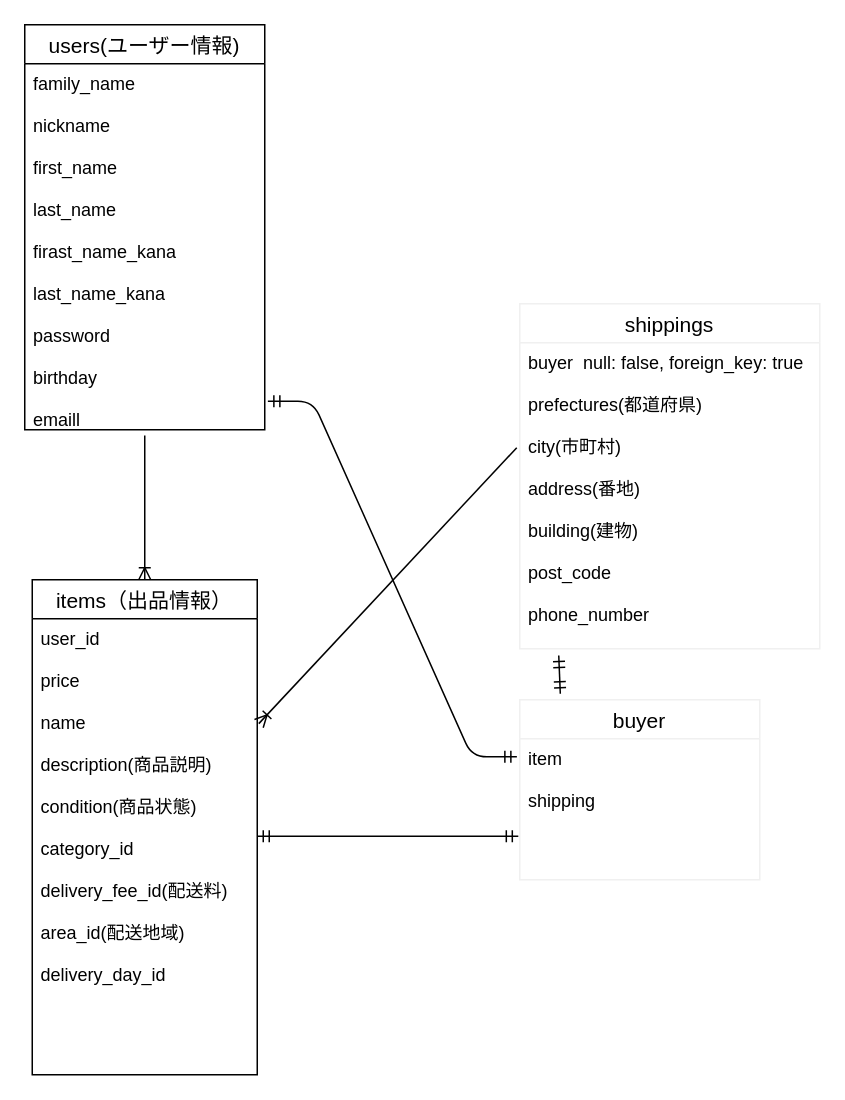
cheap95/furima-34842 keeps this draw.io diagram as test.dio. Above is the earlier version. Source tidied: cells renumbered, new cells numbered last; positions are measured from the earlier drawing's top-left corner, leaving out a move shared by most shapes. Both pictures are drawn from the tidied source at 150%, with x=0, y=0 at pixel (24, 24).
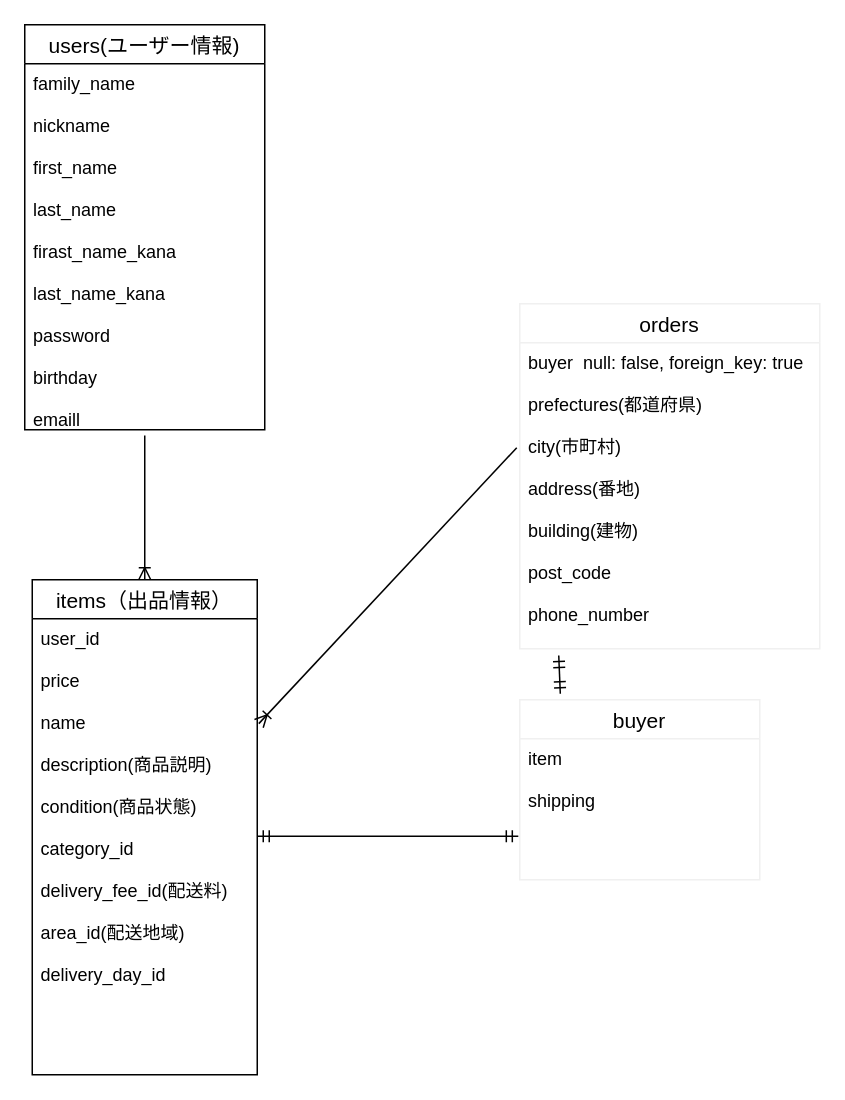
After the change.

What changed in the source:
```diff
@@
 <mxGraphModel>
   <root>
     <mxCell id="0" />
     <mxCell id="1" parent="0" />
     <mxCell id="2" value="items（出品情報）" style="swimlane;fontStyle=0;horizontal=1;startSize=26;align=center;fontSize=14;" parent="1" vertex="1">
       <mxGeometry x="5" y="370" width="150" height="330" as="geometry" />
     </mxCell>
     <mxCell id="3" value="user_id&#10;&#10;price&#10;&#10;name&#10;&#10;description(商品説明)&#10;&#10;condition(商品状態)&#10;&#10;category_id&#10;&#10;delivery_fee_id(配送料)&#10;&#10;area_id(配送地域)&#10;&#10;delivery_day_id" style="text;strokeColor=none;fillColor=none;spacingLeft=4;spacingRight=4;overflow=hidden;points=[[0,0.5],[1,0.5]];portConstraint=eastwest;fontSize=12;" parent="2" vertex="1">
       <mxGeometry y="26" width="150" height="304" as="geometry" />
     </mxCell>
-    <mxCell id="4" value="shippings" style="swimlane;fontStyle=0;horizontal=1;startSize=26;align=center;fontSize=14;strokeColor=#f0f0f0;strokeWidth=1;" parent="1" vertex="1">
+    <mxCell id="4" value="orders" style="swimlane;fontStyle=0;horizontal=1;startSize=26;align=center;fontSize=14;strokeColor=#f0f0f0;strokeWidth=1;" parent="1" vertex="1">
       <mxGeometry x="330" y="186" width="200" height="230" as="geometry" />
     </mxCell>
     <mxCell id="5" value="buyer  null: false, foreign_key: true&#10;&#10;prefectures(都道府県)&#10;&#10;city(市町村)&#10;&#10;address(番地)&#10;&#10;building(建物)&#10;&#10;post_code&#10;&#10;phone_number&#10;&#10;" style="text;strokeColor=none;fillColor=none;spacingLeft=4;spacingRight=4;overflow=hidden;points=[[0,0.5],[1,0.5]];portConstraint=eastwest;fontSize=12;" parent="4" vertex="1">
       <mxGeometry y="26" width="200" height="204" as="geometry" />
     </mxCell>
     <mxCell id="6" value="users(ユーザー情報)" style="swimlane;fontStyle=0;horizontal=1;startSize=26;align=center;fontSize=14;" parent="1" vertex="1">
       <mxGeometry width="160" height="270" as="geometry" />
     </mxCell>
     <mxCell id="7" value="family_name&#10;&#10;nickname&#10;&#10;first_name&#10;&#10;last_name&#10;&#10;firast_name_kana&#10;&#10;last_name_kana&#10;&#10;password&#10;&#10;birthday&#10;&#10;emaill&#10;&#10;" style="text;strokeColor=none;fillColor=none;spacingLeft=4;spacingRight=4;overflow=hidden;points=[[0,0.5],[1,0.5]];portConstraint=eastwest;fontSize=12;" parent="6" vertex="1">
       <mxGeometry y="26" width="160" height="244" as="geometry" />
     </mxCell>
     <mxCell id="8" value="buyer" style="swimlane;fontStyle=0;horizontal=1;startSize=26;align=center;fontSize=14;strokeColor=#f0f0f0;strokeWidth=1;" parent="1" vertex="1">
       <mxGeometry x="330" y="450" width="160" height="120" as="geometry" />
     </mxCell>
     <mxCell id="9" value="item&#10;&#10;shipping" style="text;strokeColor=none;fillColor=none;spacingLeft=4;spacingRight=4;overflow=hidden;points=[[0,0.5],[1,0.5]];portConstraint=eastwest;fontSize=12;" parent="8" vertex="1">
       <mxGeometry y="26" width="160" height="94" as="geometry" />
     </mxCell>
     <mxCell id="10" style="fontSize=12;html=1;endArrow=ERmandOne;startArrow=ERmandOne;entryX=0.13;entryY=1.022;entryDx=0;entryDy=0;entryPerimeter=0;exitX=0.169;exitY=-0.033;exitDx=0;exitDy=0;exitPerimeter=0;" parent="1" edge="1" source="8" target="5">
       <mxGeometry relative="1" as="geometry" />
     </mxCell>
     <mxCell id="11" style="fontSize=12;html=1;endArrow=ERoneToMany;entryX=0.5;entryY=0;entryDx=0;entryDy=0;exitX=0.5;exitY=1.016;exitDx=0;exitDy=0;exitPerimeter=0;" parent="1" edge="1" source="7" target="2">
       <mxGeometry relative="1" as="geometry" />
     </mxCell>
     <mxCell id="12" style="fontSize=12;html=1;endArrow=ERoneToMany;entryX=1.007;entryY=0.23;entryDx=0;entryDy=0;entryPerimeter=0;exitX=-0.01;exitY=0.343;exitDx=0;exitDy=0;exitPerimeter=0;" parent="1" edge="1" source="5" target="3">
       <mxGeometry relative="1" as="geometry" />
     </mxCell>
     <mxCell id="13" style="edgeStyle=entityRelationEdgeStyle;fontSize=12;html=1;endArrow=ERmandOne;startArrow=ERmandOne;entryX=-0.006;entryY=0.691;entryDx=0;entryDy=0;entryPerimeter=0;exitX=1;exitY=0.477;exitDx=0;exitDy=0;exitPerimeter=0;" parent="1" edge="1" source="3" target="9">
       <mxGeometry relative="1" as="geometry" />
     </mxCell>
-    <mxCell id="14" style="edgeStyle=entityRelationEdgeStyle;fontSize=12;html=1;endArrow=ERmandOne;startArrow=ERmandOne;entryX=-0.012;entryY=0.128;entryDx=0;entryDy=0;entryPerimeter=0;exitX=1.013;exitY=0.922;exitDx=0;exitDy=0;exitPerimeter=0;" parent="1" edge="1" source="7" target="9">
-      <mxGeometry relative="1" as="geometry" />
-    </mxCell>
   </root>
 </mxGraphModel>
```
